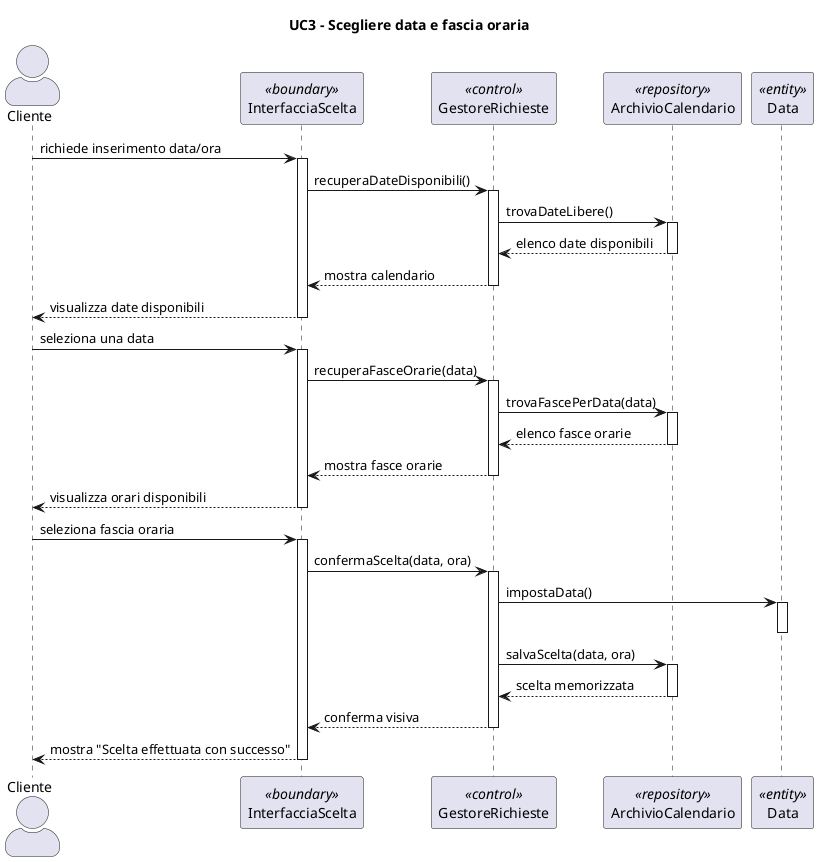
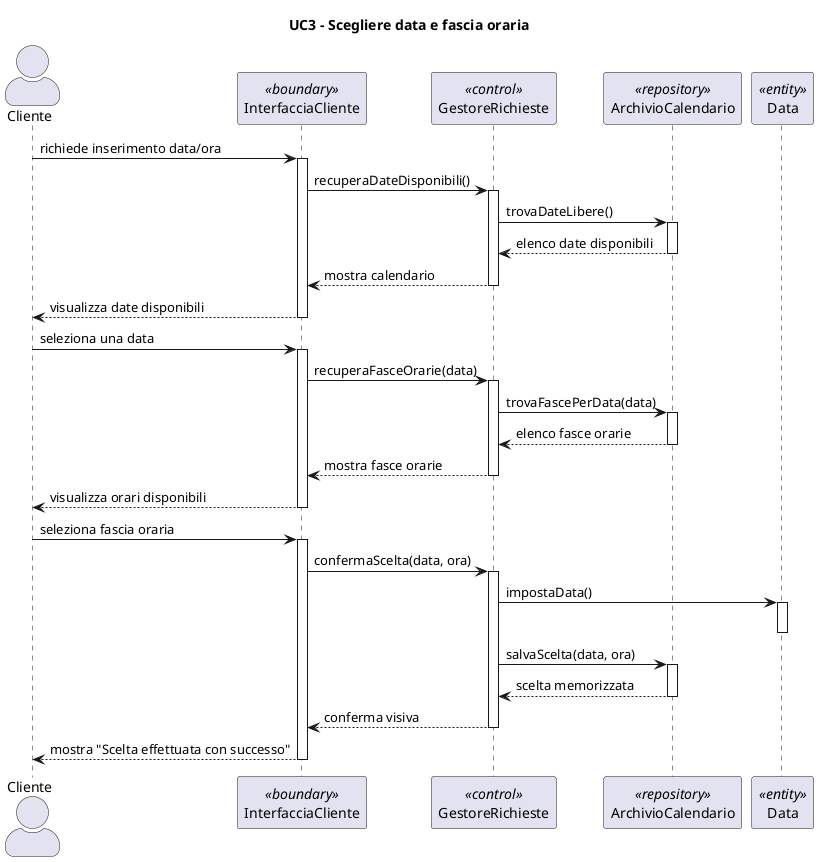
@startuml

skinparam actorStyle awesome
title UC3 - Scegliere data e fascia oraria

actor Cliente
- participant "InterfacciaScelta" as Boundary <<boundary>>
+ participant "InterfacciaCliente" as Boundary <<boundary>>
participant "GestoreRichieste" as Control <<control>>
participant "ArchivioCalendario" as Repo <<repository>>
participant "Data" as Slot <<entity>>

Cliente -> Boundary : richiede inserimento data/ora
activate Boundary

Boundary -> Control : recuperaDateDisponibili()
activate Control

Control -> Repo : trovaDateLibere()
activate Repo
Repo --> Control : elenco date disponibili
deactivate Repo

Control --> Boundary : mostra calendario
deactivate Control
Boundary --> Cliente : visualizza date disponibili
deactivate Boundary

Cliente -> Boundary : seleziona una data
activate Boundary

Boundary -> Control : recuperaFasceOrarie(data)
activate Control

Control -> Repo : trovaFascePerData(data)
activate Repo
Repo --> Control : elenco fasce orarie
deactivate Repo

Control --> Boundary : mostra fasce orarie
deactivate Control
Boundary --> Cliente : visualizza orari disponibili
deactivate Boundary

Cliente -> Boundary : seleziona fascia oraria
activate Boundary

Boundary -> Control : confermaScelta(data, ora)
activate Control

Control -> Slot : impostaData()
activate Slot
deactivate Slot

Control -> Repo : salvaScelta(data, ora)
activate Repo
Repo --> Control : scelta memorizzata
deactivate Repo

Control --> Boundary : conferma visiva
deactivate Control

Boundary --> Cliente : mostra "Scelta effettuata con successo"
deactivate Boundary

@enduml